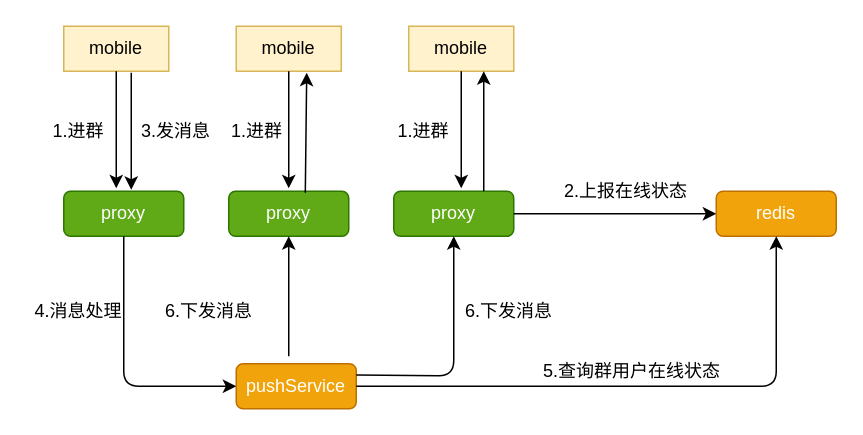
The draw.io diagram page "普通聊天下的架构" (2 of 3) of arch/im/arch.drawio in zhangchuhu/drawio, before the edit. Source tidied: cells renumbered, new cells numbered last; positions are measured from the earlier drawing's top-left corner, leaving out a move shared by most shapes. Both pictures are drawn from the tidied source at 150%, with x=0, y=0 at pixel (26, 26).
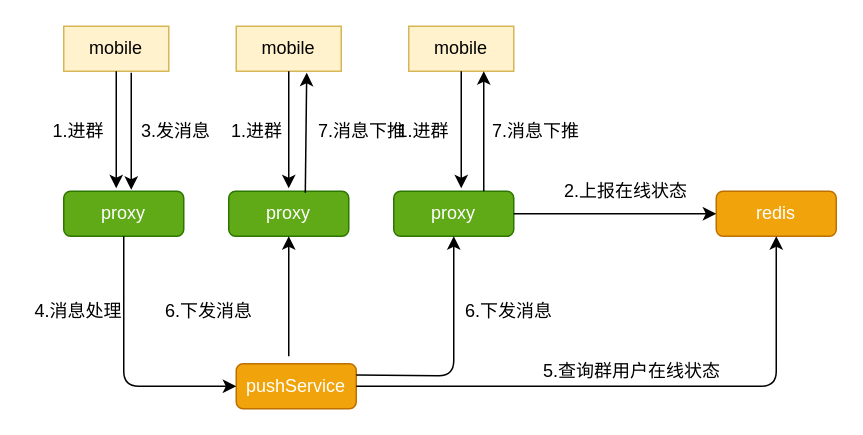
The same diagram, later.

Diff of the diagram source:
```diff
@@
+    <mxCell id="30" value="7.消息下推" style="text;html=1;strokeColor=none;fillColor=none;align=center;verticalAlign=middle;whiteSpace=wrap;rounded=0;" parent="1" vertex="1">
+      <mxGeometry x="194" y="60" width="60" height="20" as="geometry" />
+    </mxCell>
+    <mxCell id="31" value="7.消息下推" style="text;html=1;strokeColor=none;fillColor=none;align=center;verticalAlign=middle;whiteSpace=wrap;rounded=0;" parent="1" vertex="1">
+      <mxGeometry x="310" y="60" width="60" height="20" as="geometry" />
+    </mxCell>
```
